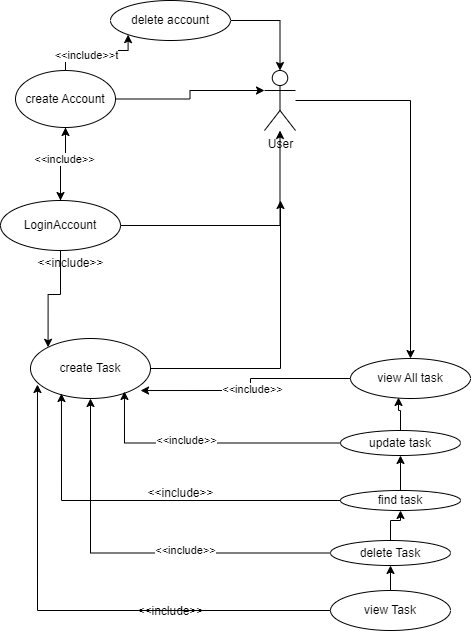
Before: diagrams/usecase.png, a diagram exported from draw.io (Oluwatobiloba-ojo/TodoListApplication). Source tidied: cells renumbered, new cells last; positions are measured from the earlier drawing's top-left corner, leaving out a move shared by most shapes.
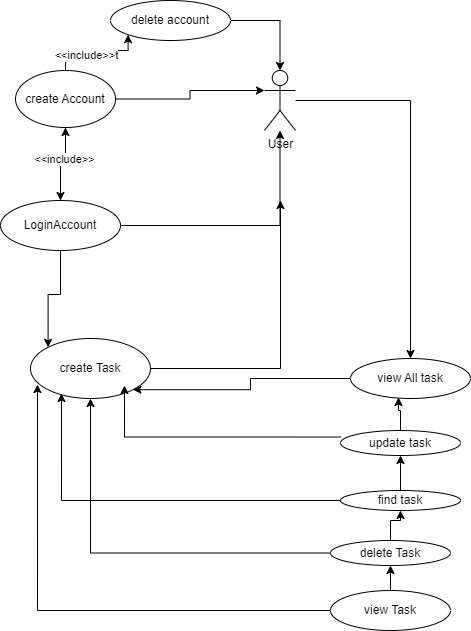
The same diagram one commit later.

What changed in the source:
```diff
@@ -52,15 +52,15 @@
     <mxCell id="17" value="delete account" style="ellipse;whiteSpace=wrap;html=1;" parent="1" vertex="1">
       <mxGeometry x="110" width="120" height="40" as="geometry" />
     </mxCell>
+    <mxCell id="30" style="edgeStyle=orthogonalEdgeStyle;rounded=0;jettySize=auto;html=1;entryX=1;entryY=1;entryDx=0;entryDy=0;" parent="1" edge="1" source="18" target="14">
+      <mxGeometry relative="1" as="geometry" />
+    </mxCell>
     <mxCell id="18" value="view All task" style="ellipse;whiteSpace=wrap;html=1;" parent="1" vertex="1">
       <mxGeometry x="350" y="358" width="120" height="40" as="geometry" />
     </mxCell>
     <mxCell id="19" style="edgeStyle=orthogonalEdgeStyle;rounded=0;jettySize=auto;html=1;" parent="1" edge="1" source="22" target="14">
       <mxGeometry relative="1" as="geometry" />
     </mxCell>
-    <mxCell id="20" value="&amp;lt;&amp;lt;include&amp;gt;&amp;gt;" style="edgeLabel;html=1;align=center;verticalAlign=middle;" parent="19" vertex="1">
-      <mxGeometry x="-0.26" y="-3" relative="1" as="geometry" />
-    </mxCell>
     <mxCell id="21" style="edgeStyle=orthogonalEdgeStyle;rounded=0;jettySize=auto;html=1;" parent="1" edge="1" source="22" target="24">
       <mxGeometry relative="1" as="geometry" />
     </mxCell>
@@ -85,35 +85,20 @@
     <mxCell id="28" style="edgeStyle=orthogonalEdgeStyle;rounded=0;jettySize=auto;html=1;entryX=0;entryY=0.3333333333333333;entryDx=0;entryDy=0;entryPerimeter=0;" parent="1" edge="1" source="7" target="3">
       <mxGeometry relative="1" as="geometry" />
     </mxCell>
-    <mxCell id="29" value="&amp;lt;&amp;lt;include&amp;gt;&amp;gt;" style="text;html=1;align=center;verticalAlign=middle;strokeColor=none;fillColor=none;" parent="1" vertex="1">
-      <mxGeometry x="25" y="248" width="90" height="30" as="geometry" />
-    </mxCell>
-    <mxCell id="30" style="edgeStyle=orthogonalEdgeStyle;rounded=0;jettySize=auto;html=1;entryX=0.917;entryY=0.867;entryDx=0;entryDy=0;entryPerimeter=0;" parent="1" edge="1" source="18" target="14">
-      <mxGeometry relative="1" as="geometry" />
-    </mxCell>
-    <mxCell id="31" value="&amp;lt;&amp;lt;include&amp;gt;&amp;gt;" style="edgeLabel;html=1;align=center;verticalAlign=middle;" parent="30" vertex="1">
-      <mxGeometry x="-0.01" y="1" relative="1" as="geometry" />
-    </mxCell>
     <mxCell id="32" style="edgeStyle=orthogonalEdgeStyle;rounded=0;jettySize=auto;html=1;entryX=0.4;entryY=0.975;entryDx=0;entryDy=0;entryPerimeter=0;" parent="1" edge="1" source="15" target="18">
       <mxGeometry relative="1" as="geometry" />
     </mxCell>
-    <mxCell id="33" style="edgeStyle=orthogonalEdgeStyle;rounded=0;jettySize=auto;html=1;entryX=0.783;entryY=0.883;entryDx=0;entryDy=0;entryPerimeter=0;" parent="1" edge="1" source="15" target="14">
-      <mxGeometry relative="1" as="geometry" />
+    <mxCell id="33" style="edgeStyle=orthogonalEdgeStyle;rounded=0;orthogonalLoop=1;jettySize=auto;html=1;entryX=0.783;entryY=0.883;entryDx=0;entryDy=0;entryPerimeter=0;" parent="1" edge="1">
+      <mxGeometry relative="1" as="geometry">
+        <mxPoint x="340" y="436.5" as="sourcePoint" />
+        <mxPoint x="124" y="385" as="targetPoint" />
+      </mxGeometry>
     </mxCell>
-    <mxCell id="34" value="&amp;lt;&amp;lt;include&amp;gt;&amp;gt;" style="edgeLabel;html=1;align=center;verticalAlign=middle;" parent="33" vertex="1">
-      <mxGeometry x="0.16" y="-3" relative="1" as="geometry" />
-    </mxCell>
     <mxCell id="35" style="edgeStyle=orthogonalEdgeStyle;rounded=0;jettySize=auto;html=1;entryX=0.258;entryY=0.917;entryDx=0;entryDy=0;entryPerimeter=0;" parent="1" edge="1" source="24" target="14">
       <mxGeometry relative="1" as="geometry" />
     </mxCell>
-    <mxCell id="36" value="&amp;lt;&amp;lt;include&amp;gt;&amp;gt;" style="text;html=1;align=center;verticalAlign=middle;strokeColor=none;fillColor=none;" parent="1" vertex="1">
-      <mxGeometry x="135" y="478" width="90" height="30" as="geometry" />
-    </mxCell>
     <mxCell id="37" style="edgeStyle=orthogonalEdgeStyle;rounded=0;jettySize=auto;html=1;entryX=0.058;entryY=0.767;entryDx=0;entryDy=0;entryPerimeter=0;" parent="1" edge="1" source="26" target="14">
       <mxGeometry relative="1" as="geometry" />
     </mxCell>
-    <mxCell id="38" value="&amp;lt;&amp;lt;include&amp;gt;&amp;gt;" style="text;html=1;align=center;verticalAlign=middle;strokeColor=none;fillColor=none;" parent="1" vertex="1">
-      <mxGeometry x="125" y="596" width="90" height="30" as="geometry" />
-    </mxCell>
   </root>
 </mxGraphModel>
```
